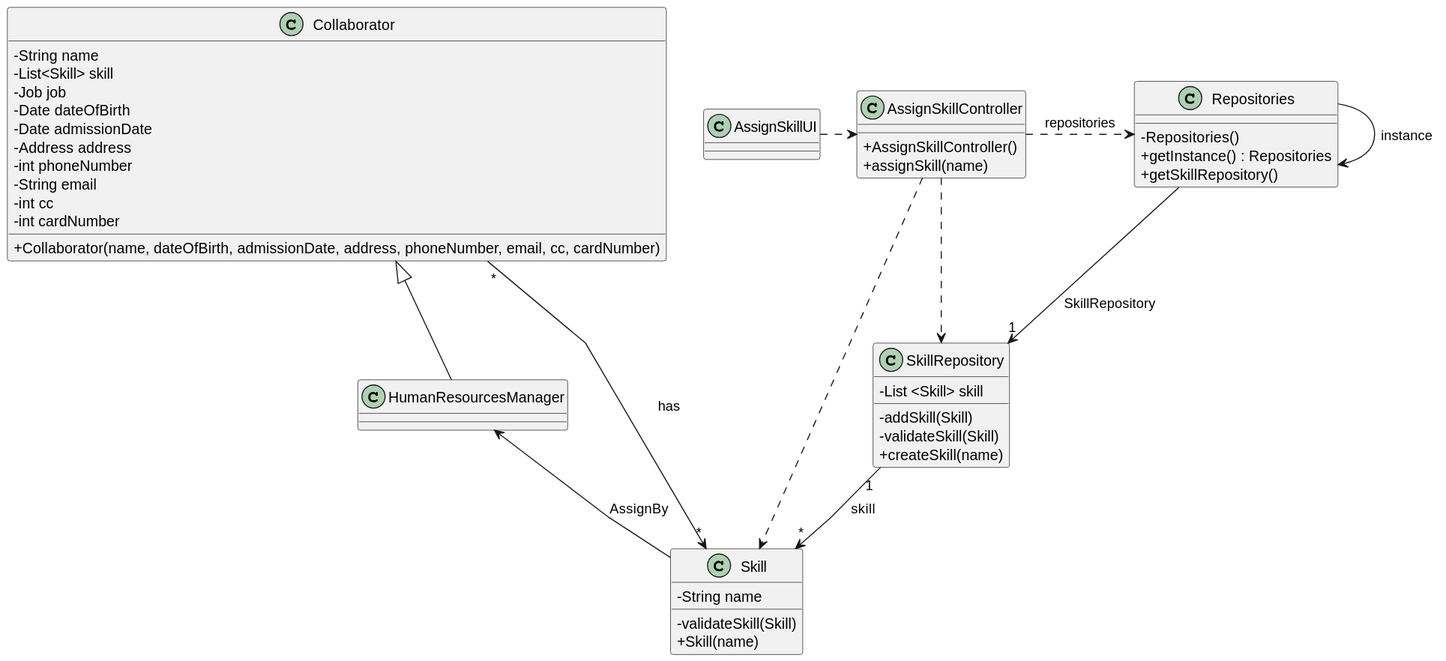
The PlantUML diagram docs/sprint2/us04/03.design/svg/us04-class-diagram.svg in Departamento-de-Engenharia-Informatica/lei-24-s2-1db-g022, before a commit.
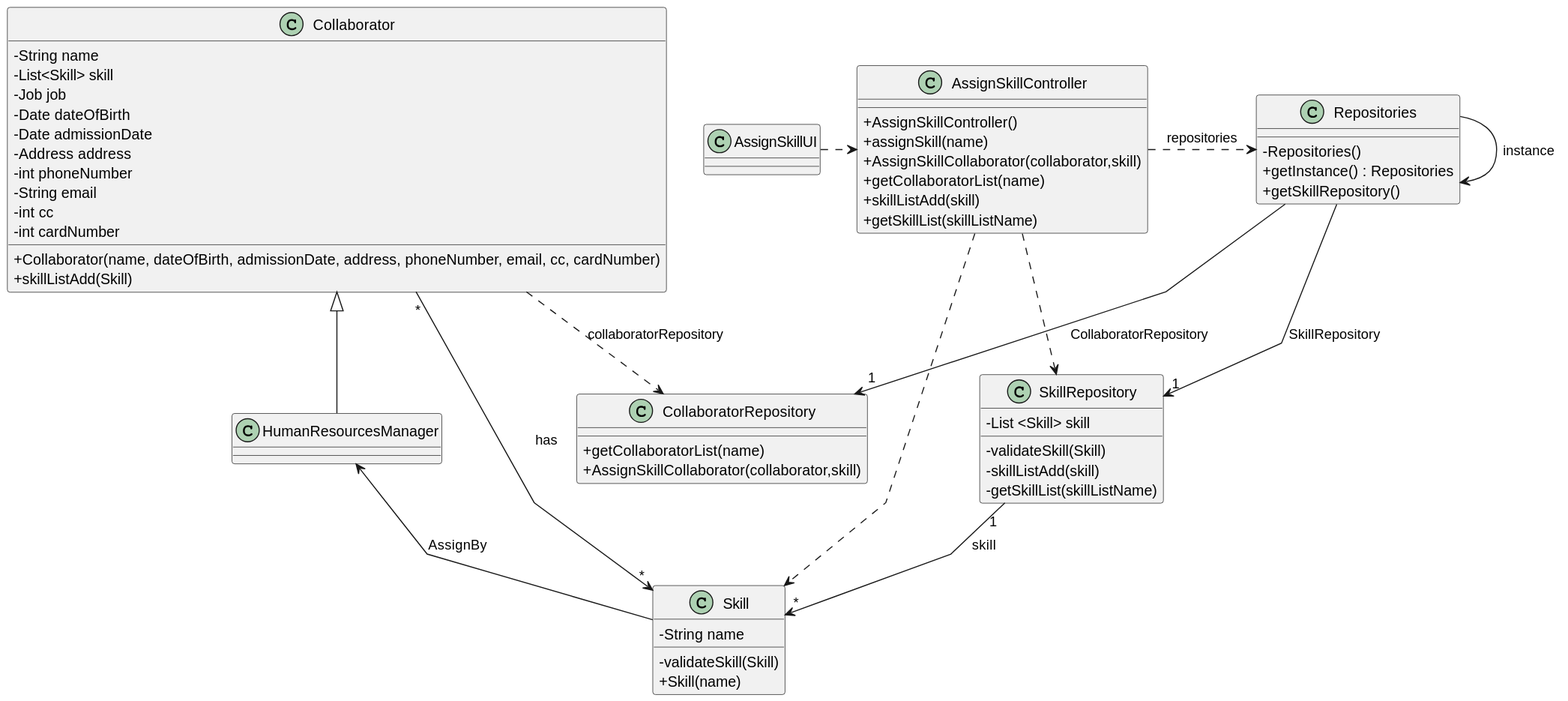
The same file after the commit.

The edit, as a diff of the source:
```diff
@@ -8,7 +8,6 @@
 
 class Skill {
     - String name
-
     - validateSkill(Skill)
     + Skill(name)
 }
@@ -17,6 +16,10 @@
 
     + AssignSkillController()
     + assignSkill(name)
+    + AssignSkillCollaborator(collaborator,skill)
+    + getCollaboratorList(name)
+    + skillListAdd(skill)
+    + getSkillList(skillListName)
 }
 
 class AssignSkillUI {
@@ -35,6 +38,7 @@
     -int cardNumber
 
     + Collaborator(name, dateOfBirth, admissionDate, address, phoneNumber, email, cc, cardNumber)
+    +skillListAdd(Skill)
 }
 
 class HumanResourcesManager {
@@ -49,15 +53,16 @@
 
 class SkillRepository {
     - List <Skill> skill
+    - validateSkill(Skill)
+    - skillListAdd(skill)
+    - getSkillList(skillListName)
 
-    - addSkill(Skill)
-    - validateSkill(Skill)
-    + createSkill(name)
 }
 
 AssignSkillController .> Repositories : repositories
 AssignSkillUI .> AssignSkillController
 Repositories -> Repositories : instance
+Repositories --> "1" CollaboratorRepository : CollaboratorRepository
 Repositories --> "1" SkillRepository : SkillRepository
 SkillRepository "1" --> "*" Skill : skill
 Collaborator  <|--  HumanResourcesManager
@@ -66,5 +71,11 @@
 
 HumanResourcesManager <--  Skill: AssignBy
 Collaborator "*" --> "*" Skill : has
+Collaborator .> CollaboratorRepository : collaboratorRepository
 
+class CollaboratorRepository {
+
++getCollaboratorList(name)
++AssignSkillCollaborator(collaborator,skill)
+}
 @enduml
```
